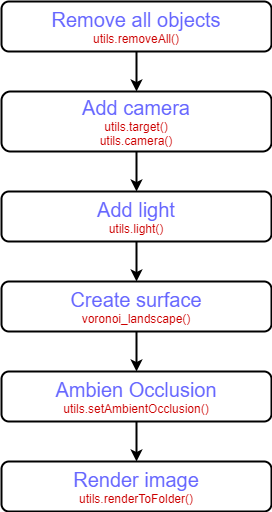
This is bpy_fundamentals/voronoi_land_main.png from huangyichieh/huangyichieh.github.io, a draw.io export, as it was before one commit. Source tidied: cells renumbered, new cells last; positions are measured from the earlier drawing's top-left corner, leaving out a move shared by most shapes. The source it was exported from:
```xml
<mxGraphModel>
  <root>
    <mxCell id="0" />
    <mxCell id="1" parent="0" />
    <mxCell id="2" style="group;" parent="1" vertex="1">
      <mxGeometry y="10" width="270" height="410" as="geometry" />
    </mxCell>
    <mxCell id="3" value="&lt;font&gt;&lt;font color=&quot;#6666ff&quot;&gt;&lt;span style=&quot;font-size: 20px&quot;&gt;Add camera&lt;/span&gt;&lt;/font&gt;&lt;br&gt;&lt;font color=&quot;#cc0000&quot;&gt;utils.target()&lt;br&gt;utils.camera()&lt;/font&gt;&lt;br&gt;&lt;/font&gt;" style="rounded=1;whiteSpace=wrap;html=1;strokeWidth=2;" parent="2" vertex="1">
      <mxGeometry y="80" width="270" height="60" as="geometry" />
    </mxCell>
    <mxCell id="4" value="&lt;font&gt;&lt;font color=&quot;#6666ff&quot;&gt;&lt;span style=&quot;font-size: 20px&quot;&gt;Add light&lt;/span&gt;&lt;/font&gt;&lt;br&gt;&lt;font color=&quot;#cc0000&quot;&gt;utils.light()&lt;/font&gt;&lt;br&gt;&lt;/font&gt;" style="rounded=1;whiteSpace=wrap;html=1;strokeWidth=2;" parent="2" vertex="1">
      <mxGeometry y="180" width="270" height="50" as="geometry" />
    </mxCell>
    <mxCell id="5" value="&lt;font&gt;&lt;font color=&quot;#6666ff&quot;&gt;&lt;span style=&quot;font-size: 20px&quot;&gt;Create surface&lt;/span&gt;&lt;/font&gt;&lt;br&gt;&lt;font color=&quot;#cc0000&quot;&gt;voronoi_landscape()&lt;/font&gt;&lt;br&gt;&lt;/font&gt;" style="rounded=1;whiteSpace=wrap;html=1;strokeWidth=2;" parent="2" vertex="1">
      <mxGeometry y="270" width="270" height="50" as="geometry" />
    </mxCell>
    <mxCell id="6" value="&lt;font&gt;&lt;font color=&quot;#6666ff&quot;&gt;&lt;span style=&quot;font-size: 20px&quot;&gt;Ambien Occlusion&lt;/span&gt;&lt;/font&gt;&lt;br&gt;&lt;font color=&quot;#cc0000&quot;&gt;utils.setAmbientOcclusion()&lt;/font&gt;&lt;br&gt;&lt;/font&gt;" style="rounded=1;whiteSpace=wrap;html=1;strokeWidth=2;" parent="2" vertex="1">
      <mxGeometry y="360" width="270" height="50" as="geometry" />
    </mxCell>
    <mxCell id="7" style="endArrow=classic;html=1;exitX=0.5;exitY=1;exitDx=0;exitDy=0;entryX=0.5;entryY=0;entryDx=0;entryDy=0;strokeWidth=2;" parent="2" edge="1" source="3" target="4">
      <mxGeometry relative="1" as="geometry" />
    </mxCell>
    <mxCell id="8" style="endArrow=classic;html=1;exitX=0.5;exitY=1;exitDx=0;exitDy=0;entryX=0.5;entryY=0;entryDx=0;entryDy=0;strokeWidth=2;" parent="2" edge="1" source="4" target="5">
      <mxGeometry relative="1" as="geometry" />
    </mxCell>
    <mxCell id="9" style="endArrow=classic;html=1;exitX=0.5;exitY=1;exitDx=0;exitDy=0;entryX=0.5;entryY=0;entryDx=0;entryDy=0;strokeWidth=2;" parent="2" edge="1" source="5" target="6">
      <mxGeometry relative="1" as="geometry" />
    </mxCell>
    <mxCell id="10" value="&lt;font&gt;&lt;font style=&quot;font-size: 20px&quot; color=&quot;#6666ff&quot;&gt;Remove all objects&lt;/font&gt;&lt;br&gt;&lt;font color=&quot;#cc0000&quot;&gt;utils.removeAll()&lt;/font&gt;&lt;br&gt;&lt;/font&gt;" style="rounded=1;whiteSpace=wrap;html=1;strokeWidth=2;" parent="1" vertex="1">
      <mxGeometry width="270" height="50" as="geometry" />
    </mxCell>
    <mxCell id="11" style="endArrow=classic;html=1;exitX=0.5;exitY=1;exitDx=0;exitDy=0;entryX=0.5;entryY=0;entryDx=0;entryDy=0;strokeWidth=2;" parent="1" edge="1" source="10" target="3">
      <mxGeometry relative="1" as="geometry" />
    </mxCell>
    <mxCell id="12" value="&lt;font&gt;&lt;font color=&quot;#6666ff&quot;&gt;&lt;span style=&quot;font-size: 20px&quot;&gt;Render image&lt;/span&gt;&lt;/font&gt;&lt;br&gt;&lt;font color=&quot;#cc0000&quot;&gt;utils.renderToFolder()&lt;/font&gt;&lt;br&gt;&lt;/font&gt;" style="rounded=1;whiteSpace=wrap;html=1;strokeWidth=2;" parent="1" vertex="1">
      <mxGeometry y="460" width="270" height="50" as="geometry" />
    </mxCell>
    <mxCell id="13" style="endArrow=classic;html=1;exitX=0.5;exitY=1;exitDx=0;exitDy=0;entryX=0.5;entryY=0;entryDx=0;entryDy=0;strokeWidth=2;" parent="1" edge="1" source="6" target="12">
      <mxGeometry relative="1" as="geometry" />
    </mxCell>
  </root>
</mxGraphModel>
```
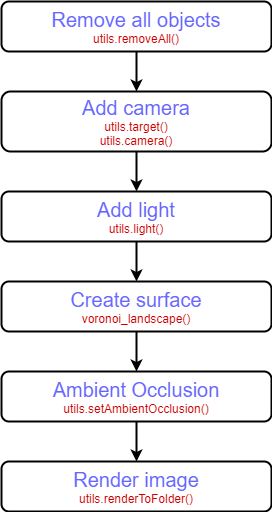
The same file after the commit.

Commit message:
fix(bpy_fundamentals): typo in images

Change to the diagram source:
```diff
@@ -14,7 +14,7 @@
     <mxCell id="5" value="&lt;font&gt;&lt;font color=&quot;#6666ff&quot;&gt;&lt;span style=&quot;font-size: 20px&quot;&gt;Create surface&lt;/span&gt;&lt;/font&gt;&lt;br&gt;&lt;font color=&quot;#cc0000&quot;&gt;voronoi_landscape()&lt;/font&gt;&lt;br&gt;&lt;/font&gt;" style="rounded=1;whiteSpace=wrap;html=1;strokeWidth=2;" parent="2" vertex="1">
       <mxGeometry y="270" width="270" height="50" as="geometry" />
     </mxCell>
-    <mxCell id="6" value="&lt;font&gt;&lt;font color=&quot;#6666ff&quot;&gt;&lt;span style=&quot;font-size: 20px&quot;&gt;Ambien Occlusion&lt;/span&gt;&lt;/font&gt;&lt;br&gt;&lt;font color=&quot;#cc0000&quot;&gt;utils.setAmbientOcclusion()&lt;/font&gt;&lt;br&gt;&lt;/font&gt;" style="rounded=1;whiteSpace=wrap;html=1;strokeWidth=2;" parent="2" vertex="1">
+    <mxCell id="6" value="&lt;font&gt;&lt;font color=&quot;#6666ff&quot;&gt;&lt;span style=&quot;font-size: 20px&quot;&gt;Ambient Occlusion&lt;/span&gt;&lt;/font&gt;&lt;br&gt;&lt;font color=&quot;#cc0000&quot;&gt;utils.setAmbientOcclusion()&lt;/font&gt;&lt;br&gt;&lt;/font&gt;" style="rounded=1;whiteSpace=wrap;html=1;strokeWidth=2;" parent="2" vertex="1">
       <mxGeometry y="360" width="270" height="50" as="geometry" />
     </mxCell>
     <mxCell id="7" style="endArrow=classic;html=1;exitX=0.5;exitY=1;exitDx=0;exitDy=0;entryX=0.5;entryY=0;entryDx=0;entryDy=0;strokeWidth=2;" parent="2" edge="1" source="3" target="4">
```
